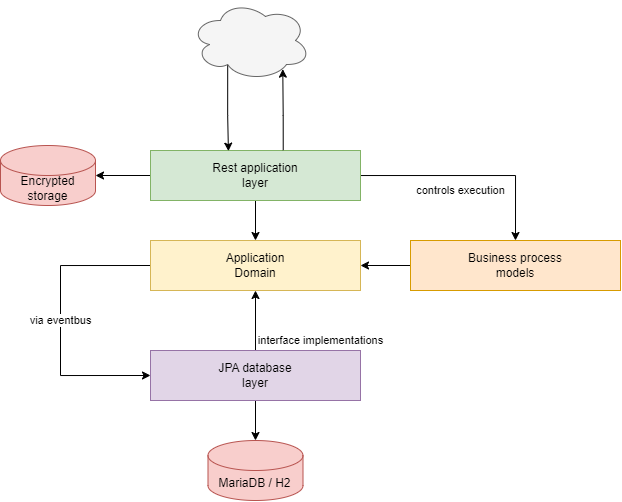
pledger-io/user-documentation keeps this draw.io diagram as docs/images/architecture/java.backend.design.png. Above is the earlier version. Source tidied: cells renumbered, new cells last; positions are measured from the earlier drawing's top-left corner, leaving out a move shared by most shapes. Its diagram source:
```xml
<mxGraphModel>
  <root>
    <mxCell id="0" />
    <mxCell id="1" parent="0" />
    <mxCell id="2" value="interface implementations" style="edgeStyle=orthogonalEdgeStyle;rounded=0;jettySize=auto;html=1;" parent="1" edge="1" source="4" target="6">
      <mxGeometry x="-0.67" y="-65" relative="1" as="geometry" />
    </mxCell>
    <mxCell id="3" style="edgeStyle=orthogonalEdgeStyle;rounded=0;jettySize=auto;html=1;" parent="1" edge="1" source="4" target="16">
      <mxGeometry relative="1" as="geometry" />
    </mxCell>
    <mxCell id="4" value="JPA database&lt;br&gt;layer" style="rounded=0;whiteSpace=wrap;html=1;fillColor=#e1d5e7;strokeColor=#9673a6;" parent="1" vertex="1">
      <mxGeometry x="150" y="350" width="210" height="50" as="geometry" />
    </mxCell>
    <mxCell id="5" value="via eventbus" style="edgeStyle=orthogonalEdgeStyle;rounded=0;jettySize=auto;html=1;exitX=0;exitY=0.5;exitDx=0;exitDy=0;entryX=0;entryY=0.5;entryDx=0;entryDy=0;" parent="1" edge="1" source="6" target="4">
      <mxGeometry relative="1" as="geometry">
        <Array as="points">
          <mxPoint x="60" y="265" />
          <mxPoint x="60" y="375" />
        </Array>
      </mxGeometry>
    </mxCell>
    <mxCell id="6" value="Application&lt;br&gt;Domain" style="rounded=0;whiteSpace=wrap;html=1;fillColor=#fff2cc;strokeColor=#d6b656;" parent="1" vertex="1">
      <mxGeometry x="150" y="240" width="210" height="50" as="geometry" />
    </mxCell>
    <mxCell id="7" style="edgeStyle=orthogonalEdgeStyle;rounded=0;jettySize=auto;html=1;" parent="1" edge="1" source="8" target="6">
      <mxGeometry relative="1" as="geometry" />
    </mxCell>
    <mxCell id="8" value="Business process&lt;br&gt;models" style="rounded=0;whiteSpace=wrap;html=1;fillColor=#ffe6cc;strokeColor=#d79b00;" parent="1" vertex="1">
      <mxGeometry x="410" y="240" width="210" height="50" as="geometry" />
    </mxCell>
    <mxCell id="9" value="controls execution" style="edgeStyle=orthogonalEdgeStyle;rounded=0;jettySize=auto;html=1;entryX=0.5;entryY=0;entryDx=0;entryDy=0;" parent="1" edge="1" source="12" target="8">
      <mxGeometry x="-0.09" y="-15" relative="1" as="geometry" />
    </mxCell>
    <mxCell id="10" style="edgeStyle=orthogonalEdgeStyle;rounded=0;jettySize=auto;html=1;entryX=0.5;entryY=0;entryDx=0;entryDy=0;" parent="1" edge="1" source="12" target="6">
      <mxGeometry relative="1" as="geometry" />
    </mxCell>
    <mxCell id="11" style="edgeStyle=orthogonalEdgeStyle;rounded=0;jettySize=auto;html=1;" parent="1" edge="1" source="12" target="17">
      <mxGeometry relative="1" as="geometry" />
    </mxCell>
    <mxCell id="12" value="Rest application&lt;br&gt;layer" style="rounded=0;whiteSpace=wrap;html=1;fillColor=#d5e8d4;strokeColor=#82b366;" parent="1" vertex="1">
      <mxGeometry x="150" y="150" width="210" height="50" as="geometry" />
    </mxCell>
    <mxCell id="13" style="edgeStyle=orthogonalEdgeStyle;rounded=0;jettySize=auto;html=1;entryX=0.371;entryY=0.013;entryDx=0;entryDy=0;entryPerimeter=0;exitX=0.31;exitY=0.8;exitDx=0;exitDy=0;exitPerimeter=0;" parent="1" edge="1" source="14" target="12">
      <mxGeometry relative="1" as="geometry" />
    </mxCell>
    <mxCell id="14" style="ellipse;shape=cloud;whiteSpace=wrap;html=1;fillColor=#f5f5f5;fontColor=#333333;strokeColor=#666666;" parent="1" vertex="1">
      <mxGeometry x="190" width="120" height="80" as="geometry" />
    </mxCell>
    <mxCell id="15" style="edgeStyle=orthogonalEdgeStyle;rounded=0;jettySize=auto;html=1;entryX=0.769;entryY=0.858;entryDx=0;entryDy=0;entryPerimeter=0;exitX=0.632;exitY=-0.007;exitDx=0;exitDy=0;exitPerimeter=0;" parent="1" edge="1" source="12" target="14">
      <mxGeometry relative="1" as="geometry" />
    </mxCell>
    <mxCell id="16" value="MariaDB / H2" style="shape=cylinder3;whiteSpace=wrap;html=1;boundedLbl=1;backgroundOutline=1;size=15;fillColor=#f8cecc;strokeColor=#b85450;" parent="1" vertex="1">
      <mxGeometry x="207.5" y="440" width="95" height="60" as="geometry" />
    </mxCell>
    <mxCell id="17" value="Encrypted storage" style="shape=cylinder3;whiteSpace=wrap;html=1;boundedLbl=1;backgroundOutline=1;size=15;fillColor=#f8cecc;strokeColor=#b85450;" parent="1" vertex="1">
      <mxGeometry y="145" width="95" height="60" as="geometry" />
    </mxCell>
  </root>
</mxGraphModel>
```
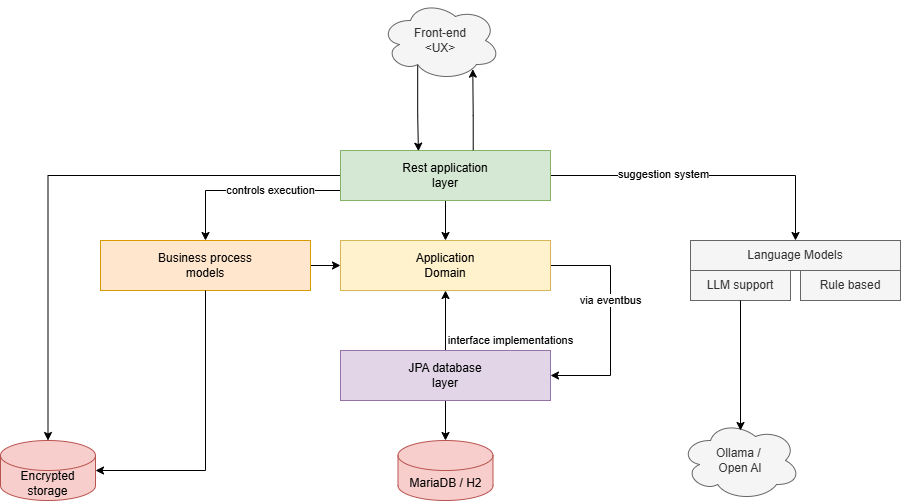
After the change.

The edit, as a diff of the source:
```diff
@@ -11,11 +11,11 @@
     <mxCell id="4" value="JPA database&lt;br&gt;layer" style="rounded=0;whiteSpace=wrap;html=1;fillColor=#e1d5e7;strokeColor=#9673a6;" parent="1" vertex="1">
       <mxGeometry x="150" y="350" width="210" height="50" as="geometry" />
     </mxCell>
-    <mxCell id="5" value="via eventbus" style="edgeStyle=orthogonalEdgeStyle;rounded=0;jettySize=auto;html=1;exitX=0;exitY=0.5;exitDx=0;exitDy=0;entryX=0;entryY=0.5;entryDx=0;entryDy=0;" parent="1" edge="1" source="6" target="4">
-      <mxGeometry relative="1" as="geometry">
+    <mxCell id="5" value="via eventbus" style="edgeStyle=orthogonalEdgeStyle;rounded=0;jettySize=auto;html=1;entryX=1;entryY=0.5;entryDx=0;entryDy=0;" parent="1" edge="1" source="6" target="4">
+      <mxGeometry x="-0.17" relative="1" as="geometry">
         <Array as="points">
-          <mxPoint x="60" y="265" />
-          <mxPoint x="60" y="375" />
+          <mxPoint x="420" y="265" />
+          <mxPoint x="420" y="375" />
         </Array>
       </mxGeometry>
     </mxCell>
@@ -26,10 +26,14 @@
       <mxGeometry relative="1" as="geometry" />
     </mxCell>
     <mxCell id="8" value="Business process&lt;br&gt;models" style="rounded=0;whiteSpace=wrap;html=1;fillColor=#ffe6cc;strokeColor=#d79b00;" parent="1" vertex="1">
-      <mxGeometry x="410" y="240" width="210" height="50" as="geometry" />
+      <mxGeometry x="-90" y="240" width="210" height="50" as="geometry" />
     </mxCell>
     <mxCell id="9" value="controls execution" style="edgeStyle=orthogonalEdgeStyle;rounded=0;jettySize=auto;html=1;entryX=0.5;entryY=0;entryDx=0;entryDy=0;" parent="1" edge="1" source="12" target="8">
-      <mxGeometry x="-0.09" y="-15" relative="1" as="geometry" />
+      <mxGeometry x="-0.24" relative="1" as="geometry">
+        <Array as="points">
+          <mxPoint x="15" y="190" />
+        </Array>
+      </mxGeometry>
     </mxCell>
     <mxCell id="10" style="edgeStyle=orthogonalEdgeStyle;rounded=0;jettySize=auto;html=1;entryX=0.5;entryY=0;entryDx=0;entryDy=0;" parent="1" edge="1" source="12" target="6">
       <mxGeometry relative="1" as="geometry" />
@@ -37,13 +41,19 @@
     <mxCell id="11" style="edgeStyle=orthogonalEdgeStyle;rounded=0;jettySize=auto;html=1;" parent="1" edge="1" source="12" target="17">
       <mxGeometry relative="1" as="geometry" />
     </mxCell>
+    <mxCell id="18" style="edgeStyle=orthogonalEdgeStyle;rounded=0;jettySize=auto;html=1;entryX=0.5;entryY=0;entryDx=0;entryDy=0;" parent="1" edge="1" source="12" target="22">
+      <mxGeometry relative="1" as="geometry" />
+    </mxCell>
+    <mxCell id="19" value="suggestion system" style="edgeLabel;html=1;align=center;verticalAlign=middle;" parent="18" vertex="1">
+      <mxGeometry x="-0.28" y="2" relative="1" as="geometry" />
+    </mxCell>
     <mxCell id="12" value="Rest application&lt;br&gt;layer" style="rounded=0;whiteSpace=wrap;html=1;fillColor=#d5e8d4;strokeColor=#82b366;" parent="1" vertex="1">
       <mxGeometry x="150" y="150" width="210" height="50" as="geometry" />
     </mxCell>
     <mxCell id="13" style="edgeStyle=orthogonalEdgeStyle;rounded=0;jettySize=auto;html=1;entryX=0.371;entryY=0.013;entryDx=0;entryDy=0;entryPerimeter=0;exitX=0.31;exitY=0.8;exitDx=0;exitDy=0;exitPerimeter=0;" parent="1" edge="1" source="14" target="12">
       <mxGeometry relative="1" as="geometry" />
     </mxCell>
-    <mxCell id="14" style="ellipse;shape=cloud;whiteSpace=wrap;html=1;fillColor=#f5f5f5;fontColor=#333333;strokeColor=#666666;" parent="1" vertex="1">
+    <mxCell id="14" value="&lt;div&gt;Front-end&lt;/div&gt;&amp;lt;UX&amp;gt;" style="ellipse;shape=cloud;whiteSpace=wrap;html=1;fillColor=#f5f5f5;fontColor=#333333;strokeColor=#666666;" parent="1" vertex="1">
       <mxGeometry x="190" width="120" height="80" as="geometry" />
     </mxCell>
     <mxCell id="15" style="edgeStyle=orthogonalEdgeStyle;rounded=0;jettySize=auto;html=1;entryX=0.769;entryY=0.858;entryDx=0;entryDy=0;entryPerimeter=0;exitX=0.632;exitY=-0.007;exitDx=0;exitDy=0;exitPerimeter=0;" parent="1" edge="1" source="12" target="14">
@@ -53,7 +63,32 @@
       <mxGeometry x="207.5" y="440" width="95" height="60" as="geometry" />
     </mxCell>
     <mxCell id="17" value="Encrypted storage" style="shape=cylinder3;whiteSpace=wrap;html=1;boundedLbl=1;backgroundOutline=1;size=15;fillColor=#f8cecc;strokeColor=#b85450;" parent="1" vertex="1">
-      <mxGeometry y="145" width="95" height="60" as="geometry" />
+      <mxGeometry x="-190" y="440" width="95" height="60" as="geometry" />
     </mxCell>
+    <mxCell id="20" style="edgeStyle=orthogonalEdgeStyle;rounded=0;jettySize=auto;html=1;entryX=1;entryY=0.5;entryDx=0;entryDy=0;entryPerimeter=0;" parent="1" edge="1" source="8" target="17">
+      <mxGeometry relative="1" as="geometry">
+        <Array as="points">
+          <mxPoint x="15" y="470" />
+        </Array>
+      </mxGeometry>
+    </mxCell>
+    <mxCell id="21" style="group;" parent="1" vertex="1">
+      <mxGeometry x="500" y="240" width="210" height="60" as="geometry" />
+    </mxCell>
+    <mxCell id="22" value="Language Models" style="rounded=0;whiteSpace=wrap;html=1;fillColor=#f5f5f5;strokeColor=#666666;fontColor=#333333;" parent="21" vertex="1">
+      <mxGeometry width="210" height="30" as="geometry" />
+    </mxCell>
+    <mxCell id="23" value="LLM support" style="rounded=0;whiteSpace=wrap;html=1;fillColor=#f5f5f5;strokeColor=#666666;fontColor=#333333;" parent="21" vertex="1">
+      <mxGeometry y="30" width="100" height="30" as="geometry" />
+    </mxCell>
+    <mxCell id="24" value="Rule based" style="rounded=0;whiteSpace=wrap;html=1;fillColor=#f5f5f5;strokeColor=#666666;fontColor=#333333;" parent="21" vertex="1">
+      <mxGeometry x="110" y="30" width="100" height="30" as="geometry" />
+    </mxCell>
+    <mxCell id="25" value="Ollama /&amp;nbsp;&lt;div&gt;Open AI&lt;/div&gt;" style="ellipse;shape=cloud;whiteSpace=wrap;html=1;fillColor=#f5f5f5;fontColor=#333333;strokeColor=#666666;" parent="1" vertex="1">
+      <mxGeometry x="490" y="420" width="120" height="80" as="geometry" />
+    </mxCell>
+    <mxCell id="26" style="edgeStyle=orthogonalEdgeStyle;rounded=0;jettySize=auto;html=1;entryX=0.5;entryY=0.125;entryDx=0;entryDy=0;entryPerimeter=0;" parent="1" edge="1" source="23" target="25">
+      <mxGeometry relative="1" as="geometry" />
+    </mxCell>
   </root>
 </mxGraphModel>
```
